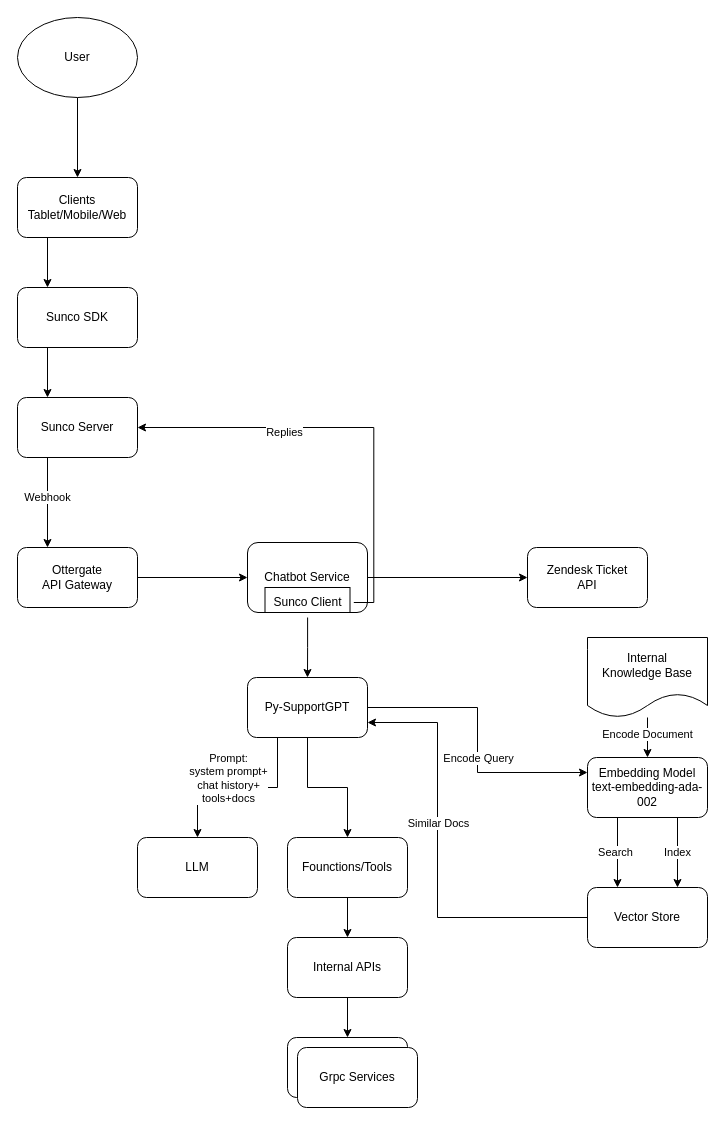
Above: SupportGPT Architecture.drawio in evagle/awesome (draw.io), before the change. Source tidied: cells renumbered, new cells numbered last; positions are measured from the earlier drawing's top-left corner, leaving out a move shared by most shapes. Both pictures are drawn from the tidied source at 100%, with x=0, y=0 at pixel (17, 17).
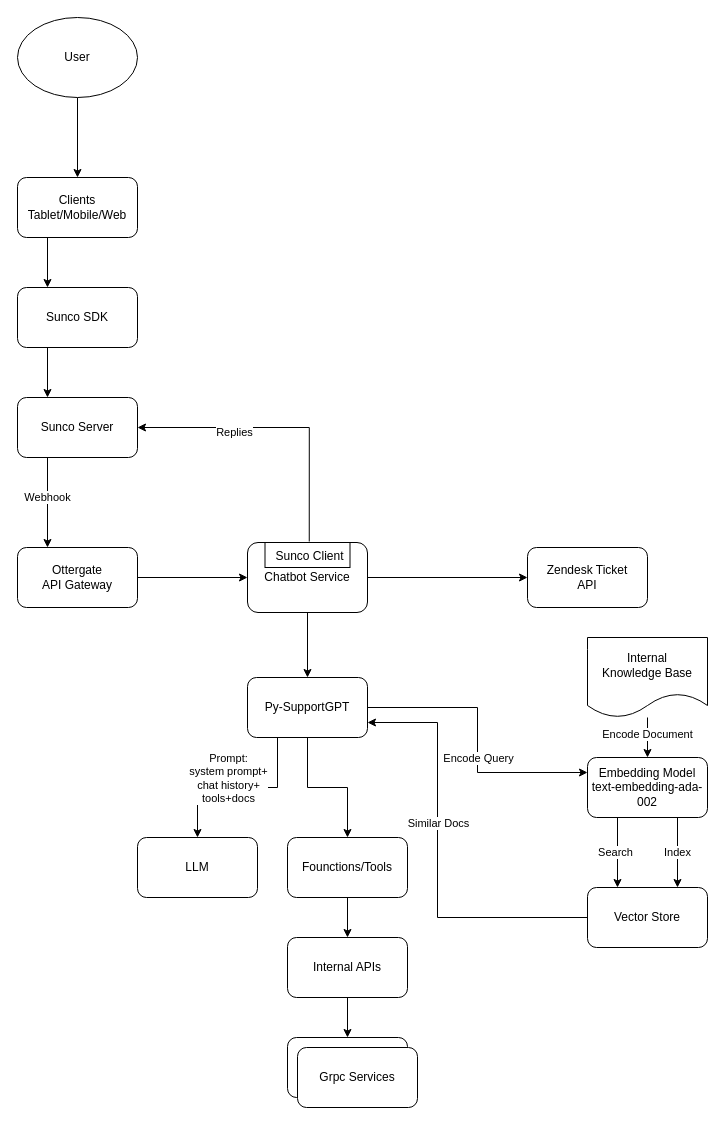
Above is the later version.

Unchanged cells that the change refers to:
```xml
<mxCell id="10" value="Sunco Server" style="rounded=1;whiteSpace=wrap;html=1;" parent="1" vertex="1">
  <mxGeometry y="380" width="120" height="60" as="geometry" />
</mxCell>
<mxCell id="25" value="Py-SupportGPT" style="rounded=1;whiteSpace=wrap;html=1;" parent="1" vertex="1">
  <mxGeometry x="230" y="660" width="120" height="60" as="geometry" />
</mxCell>
```

The edit, as a diff of the source:
```diff
@@
-    <mxCell id="13" style="group;" parent="1" vertex="1">
-      <mxGeometry x="230" y="525" width="120" height="75" as="geometry" />
-    </mxCell>
-    <mxCell id="14" value="Chatbot Service" style="rounded=1;whiteSpace=wrap;html=1;" parent="13" vertex="1">
-      <mxGeometry width="120" height="70" as="geometry" />
-    </mxCell>
-    <mxCell id="15" style="rounded=0;whiteSpace=wrap;html=1;" parent="13" vertex="1">
-      <mxGeometry x="17.5" y="45" width="85" height="25" as="geometry" />
-    </mxCell>
-    <mxCell id="16" value="Sunco Client" style="text;html=1;align=center;verticalAlign=middle;whiteSpace=wrap;rounded=0;" parent="13" vertex="1">
-      <mxGeometry x="13.8" y="45" width="92.5" height="30" as="geometry" />
-    </mxCell>
-    <mxCell id="17" style="edgeStyle=orthogonalEdgeStyle;rounded=0;jettySize=auto;html=1;exitX=1;exitY=0.5;exitDx=0;exitDy=0;entryX=1;entryY=0.5;entryDx=0;entryDy=0;" parent="1" edge="1" source="16" target="10">
+    <mxCell id="17" style="edgeStyle=orthogonalEdgeStyle;rounded=0;jettySize=auto;html=1;exitX=0.5;exitY=0;exitDx=0;exitDy=0;entryX=1;entryY=0.5;entryDx=0;entryDy=0;" parent="1" edge="1" source="16" target="10">
       <mxGeometry relative="1" as="geometry" />
     </mxCell>
@@
-    <mxCell id="37" style="edgeStyle=orthogonalEdgeStyle;rounded=0;jettySize=auto;html=1;" parent="1" edge="1" source="16" target="25">
-      <mxGeometry relative="1" as="geometry" />
-    </mxCell>
@@
+    <mxCell id="45" style="edgeStyle=orthogonalEdgeStyle;rounded=0;jettySize=auto;html=1;exitX=0.5;exitY=1;exitDx=0;exitDy=0;" parent="1" edge="1" source="14" target="25">
+      <mxGeometry relative="1" as="geometry" />
+    </mxCell>
+    <mxCell id="14" value="Chatbot Service" style="rounded=1;whiteSpace=wrap;html=1;" parent="1" vertex="1">
+      <mxGeometry x="230" y="525" width="120" height="70" as="geometry" />
+    </mxCell>
+    <mxCell id="15" style="rounded=0;whiteSpace=wrap;html=1;" parent="1" vertex="1">
+      <mxGeometry x="247.5" y="525" width="85" height="25" as="geometry" />
+    </mxCell>
+    <mxCell id="16" value="Sunco Client" style="text;html=1;align=center;verticalAlign=middle;whiteSpace=wrap;rounded=0;" parent="1" vertex="1">
+      <mxGeometry x="245.5" y="524" width="92.5" height="30" as="geometry" />
+    </mxCell>
```
